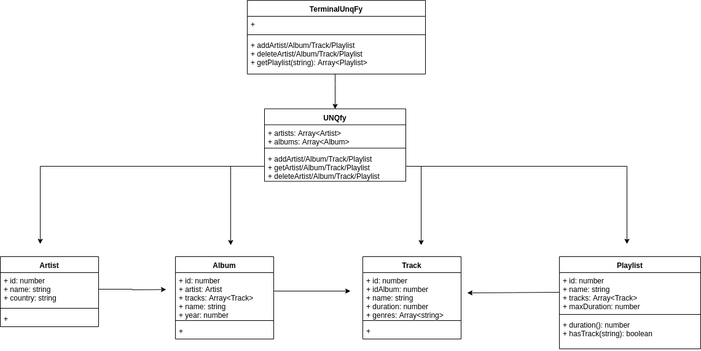
Earlier version of the draw.io export UnqFy.png (JonMaia/UNQFy). Source tidied: cells renumbered, new cells last; positions are measured from the earlier drawing's top-left corner, leaving out a move shared by most shapes.
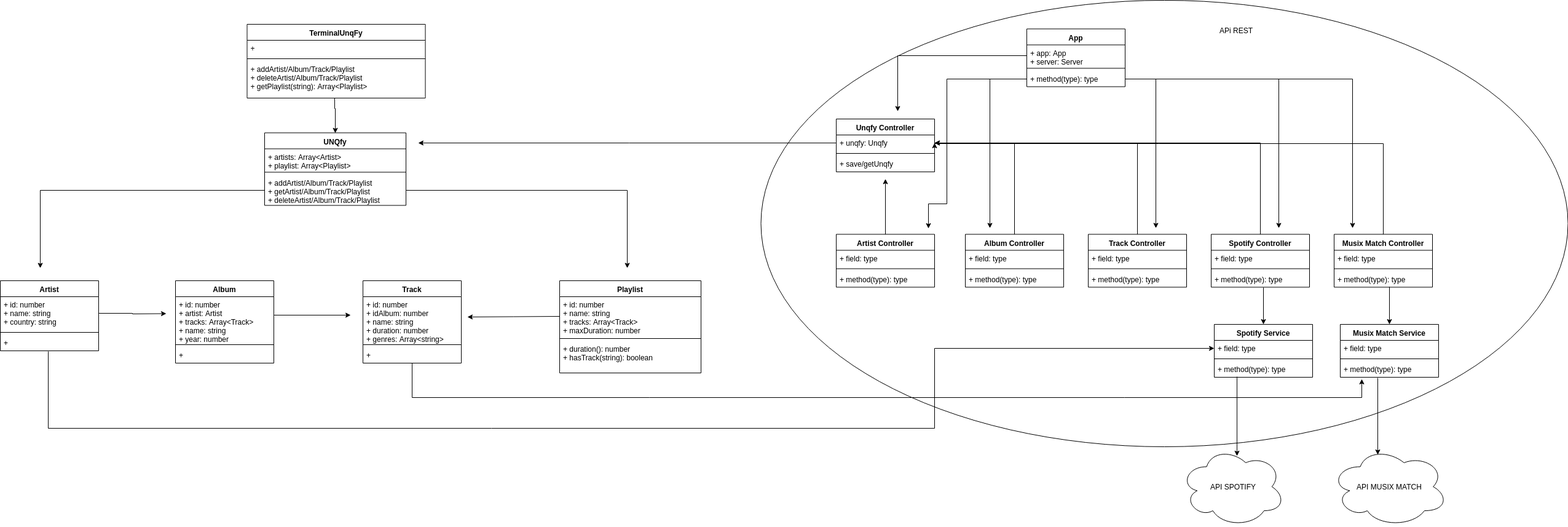
After the change.

Commit message:
Actualizamos uml

Diff of the diagram source:
```diff
@@ -2,6 +2,9 @@
   <root>
     <mxCell id="0" />
     <mxCell id="1" parent="0" />
+    <mxCell id="34" style="ellipse;whiteSpace=wrap;html=1;" parent="1" vertex="1">
+      <mxGeometry x="1237" y="-39" width="1313" height="726" as="geometry" />
+    </mxCell>
     <mxCell id="2" value="Album&#10;&#10;" style="swimlane;fontStyle=1;align=center;verticalAlign=top;horizontal=1;startSize=26;" parent="1" vertex="1">
       <mxGeometry x="285" y="417" width="160" height="134" as="geometry" />
     </mxCell>
@@ -53,7 +56,7 @@
     <mxCell id="18" value="UNQfy" style="swimlane;fontStyle=1;align=center;verticalAlign=top;horizontal=1;startSize=26;" parent="1" vertex="1">
       <mxGeometry x="430" y="176.5" width="230" height="118" as="geometry" />
     </mxCell>
-    <mxCell id="19" value="+ artists: Array&lt;Artist&gt;&#10;+ albums: Array&lt;Album&gt;&#10;" style="text;strokeColor=none;fillColor=none;align=left;verticalAlign=top;spacingLeft=4;spacingRight=4;overflow=hidden;" parent="18" vertex="1">
+    <mxCell id="19" value="+ artists: Array&lt;Artist&gt;&#10;+ playlist: Array&lt;Playlist&gt;&#10;" style="text;strokeColor=none;fillColor=none;align=left;verticalAlign=top;spacingLeft=4;spacingRight=4;overflow=hidden;" parent="18" vertex="1">
       <mxGeometry y="26" width="230" height="34" as="geometry" />
     </mxCell>
     <mxCell id="20" style="line;strokeWidth=1;fillColor=none;align=left;verticalAlign=middle;spacingTop=-1;spacingLeft=3;spacingRight=3;labelPosition=right;" parent="18" vertex="1">
@@ -72,18 +75,8 @@
         <mxPoint x="1020" y="396.5" as="targetPoint" />
       </mxGeometry>
     </mxCell>
-    <mxCell id="24" style="edgeStyle=orthogonalEdgeStyle;rounded=0;jettySize=auto;html=1;exitX=0;exitY=0.5;exitDx=0;exitDy=0;" parent="1" edge="1" source="21">
-      <mxGeometry relative="1" as="geometry">
-        <mxPoint x="375" y="398.5" as="targetPoint" />
-      </mxGeometry>
-    </mxCell>
-    <mxCell id="25" style="edgeStyle=orthogonalEdgeStyle;rounded=0;jettySize=auto;html=1;exitX=1;exitY=0.5;exitDx=0;exitDy=0;" parent="1" edge="1" source="21">
-      <mxGeometry relative="1" as="geometry">
-        <mxPoint x="685" y="398.5" as="targetPoint" />
-      </mxGeometry>
-    </mxCell>
     <mxCell id="26" value="TerminalUnqFy" style="swimlane;fontStyle=1;align=center;verticalAlign=top;horizontal=1;startSize=26;" parent="1" vertex="1">
-      <mxGeometry x="402" width="290" height="120" as="geometry" />
+      <mxGeometry x="401.5" width="290" height="120" as="geometry" />
     </mxCell>
     <mxCell id="27" value="+" style="text;strokeColor=none;fillColor=none;align=left;verticalAlign=top;spacingLeft=4;spacingRight=4;overflow=hidden;" parent="26" vertex="1">
       <mxGeometry y="26" width="290" height="26" as="geometry" />
@@ -122,5 +115,218 @@
         </Array>
       </mxGeometry>
     </mxCell>
+    <mxCell id="35" value="Unqfy Controller" style="swimlane;fontStyle=1;align=center;verticalAlign=top;horizontal=1;startSize=26;" parent="1" vertex="1">
+      <mxGeometry x="1360" y="154" width="160" height="86" as="geometry" />
+    </mxCell>
+    <mxCell id="36" value="+ unqfy: Unqfy" style="text;strokeColor=none;fillColor=none;align=left;verticalAlign=top;spacingLeft=4;spacingRight=4;overflow=hidden;points=[[0,0.5],[1,0.5]];portConstraint=eastwest;" parent="35" vertex="1">
+      <mxGeometry y="26" width="160" height="26" as="geometry" />
+    </mxCell>
+    <mxCell id="37" style="line;strokeWidth=1;fillColor=none;align=left;verticalAlign=middle;spacingTop=-1;spacingLeft=3;spacingRight=3;labelPosition=right;" parent="35" vertex="1">
+      <mxGeometry y="52" width="160" height="8" as="geometry" />
+    </mxCell>
+    <mxCell id="38" value="+ save/getUnqfy&#10;" style="text;strokeColor=none;fillColor=none;align=left;verticalAlign=top;spacingLeft=4;spacingRight=4;overflow=hidden;" parent="35" vertex="1">
+      <mxGeometry y="60" width="160" height="26" as="geometry" />
+    </mxCell>
+    <mxCell id="39" style="edgeStyle=orthogonalEdgeStyle;rounded=0;jettySize=auto;html=1;exitX=0;exitY=0.5;exitDx=0;exitDy=0;" parent="1" edge="1" source="36">
+      <mxGeometry relative="1" as="geometry">
+        <mxPoint x="680" y="193" as="targetPoint" />
+      </mxGeometry>
+    </mxCell>
+    <mxCell id="40" value="App" style="swimlane;fontStyle=1;align=center;verticalAlign=top;horizontal=1;startSize=26;" parent="1" vertex="1">
+      <mxGeometry x="1670" y="7.5" width="160" height="94" as="geometry" />
+    </mxCell>
+    <mxCell id="41" value="+ app: App&#10;+ server: Server&#10;" style="text;strokeColor=none;fillColor=none;align=left;verticalAlign=top;spacingLeft=4;spacingRight=4;overflow=hidden;points=[[0,0.5],[1,0.5]];portConstraint=eastwest;" parent="40" vertex="1">
+      <mxGeometry y="26" width="160" height="34" as="geometry" />
+    </mxCell>
+    <mxCell id="42" style="line;strokeWidth=1;fillColor=none;align=left;verticalAlign=middle;spacingTop=-1;spacingLeft=3;spacingRight=3;labelPosition=right;" parent="40" vertex="1">
+      <mxGeometry y="60" width="160" height="8" as="geometry" />
+    </mxCell>
+    <mxCell id="43" value="+ method(type): type" style="text;strokeColor=none;fillColor=none;align=left;verticalAlign=top;spacingLeft=4;spacingRight=4;overflow=hidden;points=[[0,0.5],[1,0.5]];portConstraint=eastwest;" parent="40" vertex="1">
+      <mxGeometry y="68" width="160" height="26" as="geometry" />
+    </mxCell>
+    <mxCell id="44" style="edgeStyle=orthogonalEdgeStyle;rounded=0;jettySize=auto;html=1;entryX=1;entryY=0.5;entryDx=0;entryDy=0;" parent="1" edge="1" source="45" target="36">
+      <mxGeometry relative="1" as="geometry" />
+    </mxCell>
+    <mxCell id="45" value="Album Controller" style="swimlane;fontStyle=1;align=center;verticalAlign=top;horizontal=1;startSize=26;" parent="1" vertex="1">
+      <mxGeometry x="1570" y="341.5" width="160" height="86" as="geometry" />
+    </mxCell>
+    <mxCell id="46" value="+ field: type" style="text;strokeColor=none;fillColor=none;align=left;verticalAlign=top;spacingLeft=4;spacingRight=4;overflow=hidden;" parent="45" vertex="1">
+      <mxGeometry y="26" width="160" height="26" as="geometry" />
+    </mxCell>
+    <mxCell id="47" style="line;strokeWidth=1;fillColor=none;align=left;verticalAlign=middle;spacingTop=-1;spacingLeft=3;spacingRight=3;labelPosition=right;" parent="45" vertex="1">
+      <mxGeometry y="52" width="160" height="8" as="geometry" />
+    </mxCell>
+    <mxCell id="48" value="+ method(type): type" style="text;strokeColor=none;fillColor=none;align=left;verticalAlign=top;spacingLeft=4;spacingRight=4;overflow=hidden;" parent="45" vertex="1">
+      <mxGeometry y="60" width="160" height="26" as="geometry" />
+    </mxCell>
+    <mxCell id="49" style="edgeStyle=orthogonalEdgeStyle;rounded=0;jettySize=auto;html=1;" parent="1" edge="1" source="50">
+      <mxGeometry relative="1" as="geometry">
+        <mxPoint x="1440" y="251.5" as="targetPoint" />
+      </mxGeometry>
+    </mxCell>
+    <mxCell id="50" value="Artist Controller" style="swimlane;fontStyle=1;align=center;verticalAlign=top;horizontal=1;startSize=26;" parent="1" vertex="1">
+      <mxGeometry x="1360" y="341.5" width="160" height="86" as="geometry" />
+    </mxCell>
+    <mxCell id="51" value="+ field: type" style="text;strokeColor=none;fillColor=none;align=left;verticalAlign=top;spacingLeft=4;spacingRight=4;overflow=hidden;" parent="50" vertex="1">
+      <mxGeometry y="26" width="160" height="26" as="geometry" />
+    </mxCell>
+    <mxCell id="52" style="line;strokeWidth=1;fillColor=none;align=left;verticalAlign=middle;spacingTop=-1;spacingLeft=3;spacingRight=3;labelPosition=right;" parent="50" vertex="1">
+      <mxGeometry y="52" width="160" height="8" as="geometry" />
+    </mxCell>
+    <mxCell id="53" value="+ method(type): type" style="text;strokeColor=none;fillColor=none;align=left;verticalAlign=top;spacingLeft=4;spacingRight=4;overflow=hidden;" parent="50" vertex="1">
+      <mxGeometry y="60" width="160" height="26" as="geometry" />
+    </mxCell>
+    <mxCell id="54" style="edgeStyle=orthogonalEdgeStyle;rounded=0;jettySize=auto;html=1;entryX=1;entryY=0.5;entryDx=0;entryDy=0;" parent="1" edge="1" source="55" target="36">
+      <mxGeometry relative="1" as="geometry" />
+    </mxCell>
+    <mxCell id="55" value="Track Controller" style="swimlane;fontStyle=1;align=center;verticalAlign=top;horizontal=1;startSize=26;" parent="1" vertex="1">
+      <mxGeometry x="1770" y="341.5" width="160" height="86" as="geometry" />
+    </mxCell>
+    <mxCell id="56" value="+ field: type" style="text;strokeColor=none;fillColor=none;align=left;verticalAlign=top;spacingLeft=4;spacingRight=4;overflow=hidden;" parent="55" vertex="1">
+      <mxGeometry y="26" width="160" height="26" as="geometry" />
+    </mxCell>
+    <mxCell id="57" style="line;strokeWidth=1;fillColor=none;align=left;verticalAlign=middle;spacingTop=-1;spacingLeft=3;spacingRight=3;labelPosition=right;" parent="55" vertex="1">
+      <mxGeometry y="52" width="160" height="8" as="geometry" />
+    </mxCell>
+    <mxCell id="58" value="+ method(type): type" style="text;strokeColor=none;fillColor=none;align=left;verticalAlign=top;spacingLeft=4;spacingRight=4;overflow=hidden;" parent="55" vertex="1">
+      <mxGeometry y="60" width="160" height="26" as="geometry" />
+    </mxCell>
+    <mxCell id="59" style="edgeStyle=orthogonalEdgeStyle;rounded=0;jettySize=auto;html=1;entryX=1;entryY=0.5;entryDx=0;entryDy=0;" parent="1" edge="1" source="60" target="36">
+      <mxGeometry relative="1" as="geometry" />
+    </mxCell>
+    <mxCell id="60" value="Spotify Controller" style="swimlane;fontStyle=1;align=center;verticalAlign=top;horizontal=1;startSize=26;" parent="1" vertex="1">
+      <mxGeometry x="1970" y="341.5" width="160" height="86" as="geometry" />
+    </mxCell>
+    <mxCell id="61" value="+ field: type" style="text;strokeColor=none;fillColor=none;align=left;verticalAlign=top;spacingLeft=4;spacingRight=4;overflow=hidden;" parent="60" vertex="1">
+      <mxGeometry y="26" width="160" height="26" as="geometry" />
+    </mxCell>
+    <mxCell id="62" style="line;strokeWidth=1;fillColor=none;align=left;verticalAlign=middle;spacingTop=-1;spacingLeft=3;spacingRight=3;labelPosition=right;" parent="60" vertex="1">
+      <mxGeometry y="52" width="160" height="8" as="geometry" />
+    </mxCell>
+    <mxCell id="63" value="+ method(type): type" style="text;strokeColor=none;fillColor=none;align=left;verticalAlign=top;spacingLeft=4;spacingRight=4;overflow=hidden;" parent="60" vertex="1">
+      <mxGeometry y="60" width="160" height="26" as="geometry" />
+    </mxCell>
+    <mxCell id="64" style="edgeStyle=orthogonalEdgeStyle;rounded=0;jettySize=auto;html=1;entryX=1;entryY=0.5;entryDx=0;entryDy=0;" parent="1" edge="1" source="65" target="36">
+      <mxGeometry relative="1" as="geometry">
+        <Array as="points">
+          <mxPoint x="2250" y="193.5" />
+        </Array>
+      </mxGeometry>
+    </mxCell>
+    <mxCell id="65" value="Musix Match Controller" style="swimlane;fontStyle=1;align=center;verticalAlign=top;horizontal=1;startSize=26;" parent="1" vertex="1">
+      <mxGeometry x="2170" y="341.5" width="160" height="86" as="geometry" />
+    </mxCell>
+    <mxCell id="66" value="+ field: type" style="text;strokeColor=none;fillColor=none;align=left;verticalAlign=top;spacingLeft=4;spacingRight=4;overflow=hidden;" parent="65" vertex="1">
+      <mxGeometry y="26" width="160" height="26" as="geometry" />
+    </mxCell>
+    <mxCell id="67" style="line;strokeWidth=1;fillColor=none;align=left;verticalAlign=middle;spacingTop=-1;spacingLeft=3;spacingRight=3;labelPosition=right;" parent="65" vertex="1">
+      <mxGeometry y="52" width="160" height="8" as="geometry" />
+    </mxCell>
+    <mxCell id="68" value="+ method(type): type" style="text;strokeColor=none;fillColor=none;align=left;verticalAlign=top;spacingLeft=4;spacingRight=4;overflow=hidden;points=[[0,0.5],[1,0.5]];portConstraint=eastwest;" parent="65" vertex="1">
+      <mxGeometry y="60" width="160" height="26" as="geometry" />
+    </mxCell>
+    <mxCell id="69" style="edgeStyle=orthogonalEdgeStyle;rounded=0;jettySize=auto;html=1;" parent="1" edge="1" source="41">
+      <mxGeometry relative="1" as="geometry">
+        <mxPoint x="1460" y="141.5" as="targetPoint" />
+      </mxGeometry>
+    </mxCell>
+    <mxCell id="70" style="edgeStyle=orthogonalEdgeStyle;rounded=0;jettySize=auto;html=1;" parent="1" edge="1" source="43">
+      <mxGeometry relative="1" as="geometry">
+        <mxPoint x="1510" y="331.5" as="targetPoint" />
+        <Array as="points">
+          <mxPoint x="1540" y="88.5" />
+          <mxPoint x="1540" y="291.5" />
+          <mxPoint x="1510" y="291.5" />
+        </Array>
+      </mxGeometry>
+    </mxCell>
+    <mxCell id="71" style="edgeStyle=orthogonalEdgeStyle;rounded=0;jettySize=auto;html=1;" parent="1" edge="1" source="43">
+      <mxGeometry relative="1" as="geometry">
+        <mxPoint x="1610" y="331.5" as="targetPoint" />
+      </mxGeometry>
+    </mxCell>
+    <mxCell id="72" style="edgeStyle=orthogonalEdgeStyle;rounded=0;jettySize=auto;html=1;exitX=1;exitY=0.5;exitDx=0;exitDy=0;" parent="1" edge="1" source="43">
+      <mxGeometry relative="1" as="geometry">
+        <mxPoint x="2200" y="331.5" as="targetPoint" />
+      </mxGeometry>
+    </mxCell>
+    <mxCell id="73" style="edgeStyle=orthogonalEdgeStyle;rounded=0;jettySize=auto;html=1;" parent="1" edge="1" source="43">
+      <mxGeometry relative="1" as="geometry">
+        <mxPoint x="2080" y="331.5" as="targetPoint" />
+      </mxGeometry>
+    </mxCell>
+    <mxCell id="74" style="edgeStyle=orthogonalEdgeStyle;rounded=0;jettySize=auto;html=1;" parent="1" edge="1" source="43">
+      <mxGeometry relative="1" as="geometry">
+        <mxPoint x="1880" y="331.5" as="targetPoint" />
+      </mxGeometry>
+    </mxCell>
+    <mxCell id="75" value="APi REST" style="text;html=1;strokeColor=none;fillColor=none;align=center;verticalAlign=middle;whiteSpace=wrap;rounded=0;" parent="1" vertex="1">
+      <mxGeometry x="1930" width="160" height="20" as="geometry" />
+    </mxCell>
+    <mxCell id="76" value="API SPOTIFY" style="ellipse;shape=cloud;whiteSpace=wrap;html=1;" parent="1" vertex="1">
+      <mxGeometry x="1920" y="687" width="170" height="130" as="geometry" />
+    </mxCell>
+    <mxCell id="77" value="API MUSIX MATCH" style="ellipse;shape=cloud;whiteSpace=wrap;html=1;" parent="1" vertex="1">
+      <mxGeometry x="2165" y="687" width="190" height="130" as="geometry" />
+    </mxCell>
+    <mxCell id="78" value="Spotify Service" style="swimlane;fontStyle=1;align=center;verticalAlign=top;horizontal=1;startSize=26;" parent="1" vertex="1">
+      <mxGeometry x="1975" y="488" width="160" height="86" as="geometry" />
+    </mxCell>
+    <mxCell id="79" value="+ field: type" style="text;strokeColor=none;fillColor=none;align=left;verticalAlign=top;spacingLeft=4;spacingRight=4;overflow=hidden;points=[[0,0.5],[1,0.5]];portConstraint=eastwest;" parent="78" vertex="1">
+      <mxGeometry y="26" width="160" height="26" as="geometry" />
+    </mxCell>
+    <mxCell id="80" style="line;strokeWidth=1;fillColor=none;align=left;verticalAlign=middle;spacingTop=-1;spacingLeft=3;spacingRight=3;labelPosition=right;" parent="78" vertex="1">
+      <mxGeometry y="52" width="160" height="8" as="geometry" />
+    </mxCell>
+    <mxCell id="81" value="+ method(type): type" style="text;strokeColor=none;fillColor=none;align=left;verticalAlign=top;spacingLeft=4;spacingRight=4;overflow=hidden;" parent="78" vertex="1">
+      <mxGeometry y="60" width="160" height="26" as="geometry" />
+    </mxCell>
+    <mxCell id="82" value="Musix Match Service" style="swimlane;fontStyle=1;align=center;verticalAlign=top;horizontal=1;startSize=26;" parent="1" vertex="1">
+      <mxGeometry x="2180" y="488" width="160" height="86" as="geometry" />
+    </mxCell>
+    <mxCell id="83" value="+ field: type" style="text;strokeColor=none;fillColor=none;align=left;verticalAlign=top;spacingLeft=4;spacingRight=4;overflow=hidden;" parent="82" vertex="1">
+      <mxGeometry y="26" width="160" height="26" as="geometry" />
+    </mxCell>
+    <mxCell id="84" style="line;strokeWidth=1;fillColor=none;align=left;verticalAlign=middle;spacingTop=-1;spacingLeft=3;spacingRight=3;labelPosition=right;" parent="82" vertex="1">
+      <mxGeometry y="52" width="160" height="8" as="geometry" />
+    </mxCell>
+    <mxCell id="85" value="+ method(type): type" style="text;strokeColor=none;fillColor=none;align=left;verticalAlign=top;spacingLeft=4;spacingRight=4;overflow=hidden;points=[[0,0.5],[1,0.5]];portConstraint=eastwest;" parent="82" vertex="1">
+      <mxGeometry y="60" width="160" height="26" as="geometry" />
+    </mxCell>
+    <mxCell id="86" style="edgeStyle=orthogonalEdgeStyle;rounded=0;jettySize=auto;html=1;entryX=0.5;entryY=0;entryDx=0;entryDy=0;" parent="1" edge="1" target="78">
+      <mxGeometry relative="1" as="geometry">
+        <mxPoint x="2055" y="428" as="sourcePoint" />
+      </mxGeometry>
+    </mxCell>
+    <mxCell id="87" style="edgeStyle=orthogonalEdgeStyle;rounded=0;jettySize=auto;html=1;exitX=0.563;exitY=0.981;exitDx=0;exitDy=0;exitPerimeter=0;" parent="1" edge="1" source="68" target="82">
+      <mxGeometry relative="1" as="geometry" />
+    </mxCell>
+    <mxCell id="88" style="edgeStyle=orthogonalEdgeStyle;rounded=0;jettySize=auto;html=1;entryX=0.541;entryY=0.115;entryDx=0;entryDy=0;entryPerimeter=0;" parent="1" edge="1" target="76">
+      <mxGeometry relative="1" as="geometry">
+        <mxPoint x="2012" y="573" as="sourcePoint" />
+      </mxGeometry>
+    </mxCell>
+    <mxCell id="89" style="edgeStyle=orthogonalEdgeStyle;rounded=0;jettySize=auto;html=1;entryX=0.4;entryY=0.1;entryDx=0;entryDy=0;entryPerimeter=0;" parent="1" edge="1" target="77">
+      <mxGeometry relative="1" as="geometry">
+        <mxPoint x="2241" y="575" as="sourcePoint" />
+      </mxGeometry>
+    </mxCell>
+    <mxCell id="90" style="edgeStyle=orthogonalEdgeStyle;rounded=0;jettySize=auto;html=1;exitX=0.488;exitY=1.038;exitDx=0;exitDy=0;entryX=0;entryY=0.5;entryDx=0;entryDy=0;exitPerimeter=0;" parent="1" edge="1" source="13" target="79">
+      <mxGeometry relative="1" as="geometry">
+        <Array as="points">
+          <mxPoint x="78" y="657" />
+          <mxPoint x="1520" y="657" />
+          <mxPoint x="1520" y="527" />
+        </Array>
+      </mxGeometry>
+    </mxCell>
+    <mxCell id="91" style="edgeStyle=orthogonalEdgeStyle;rounded=0;jettySize=auto;html=1;entryX=0.219;entryY=1.115;entryDx=0;entryDy=0;entryPerimeter=0;" parent="1" edge="1" source="9" target="85">
+      <mxGeometry relative="1" as="geometry">
+        <Array as="points">
+          <mxPoint x="670" y="607" />
+          <mxPoint x="2215" y="607" />
+        </Array>
+      </mxGeometry>
+    </mxCell>
   </root>
 </mxGraphModel>
```
